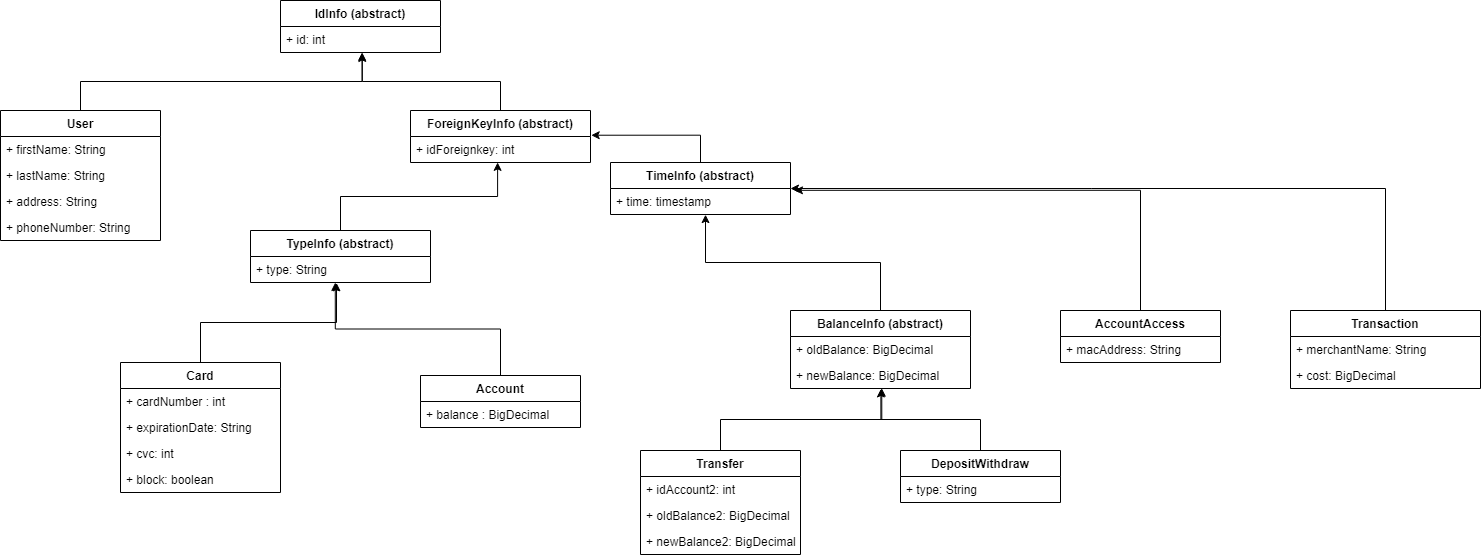
Above: src/main/resources/datamodel_hierarchy.png in ftranlaba/atm-group-project (draw.io), before the change. Source tidied: cells renumbered, new cells last; positions are measured from the earlier drawing's top-left corner, leaving out a move shared by most shapes.
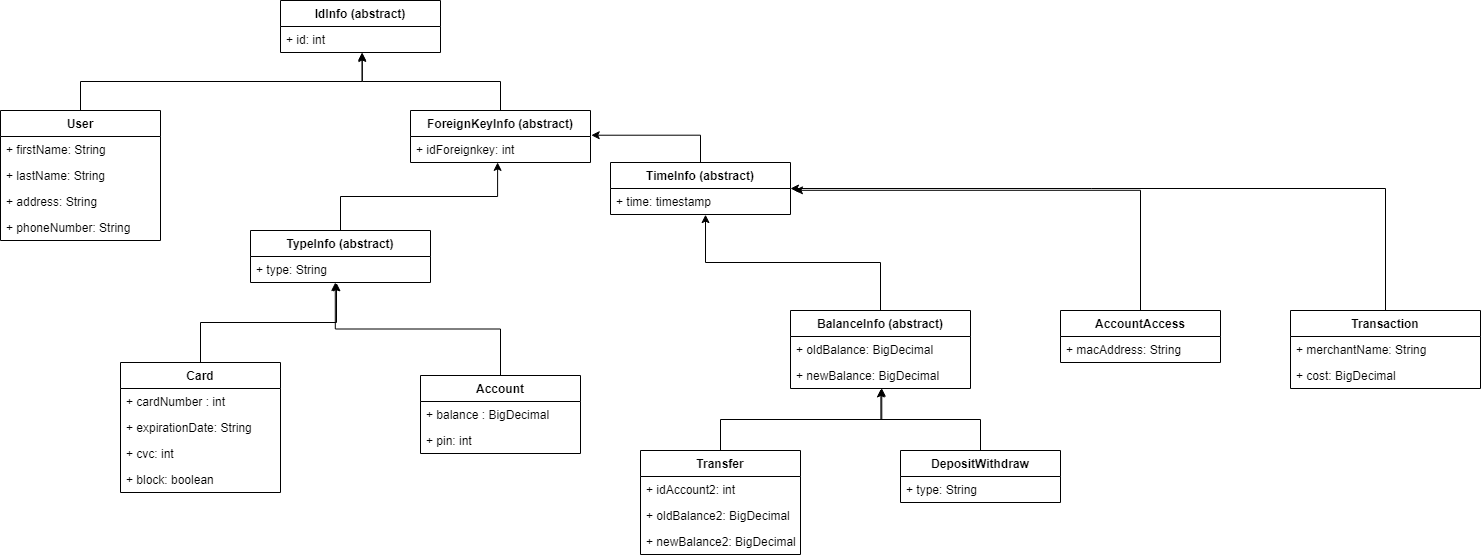
Above is the later version.

Diff of the diagram source:
```diff
@@ -30,11 +30,14 @@
       <mxGeometry relative="1" as="geometry" />
     </mxCell>
     <mxCell id="11" value="Account" style="swimlane;fontStyle=1;align=center;verticalAlign=top;horizontal=1;startSize=26;" parent="1" vertex="1">
-      <mxGeometry x="420" y="375" width="160" height="52" as="geometry" />
+      <mxGeometry x="420" y="375" width="160" height="78" as="geometry" />
     </mxCell>
     <mxCell id="12" value="+ balance : BigDecimal" style="text;strokeColor=none;fillColor=none;align=left;verticalAlign=top;spacingLeft=4;spacingRight=4;overflow=hidden;" parent="11" vertex="1">
       <mxGeometry y="26" width="160" height="26" as="geometry" />
     </mxCell>
+    <mxCell id="47" value="+ pin: int" style="text;strokeColor=none;fillColor=none;align=left;verticalAlign=top;spacingLeft=4;spacingRight=4;overflow=hidden;" parent="11" vertex="1">
+      <mxGeometry y="52" width="160" height="26" as="geometry" />
+    </mxCell>
     <mxCell id="13" style="edgeStyle=orthogonalEdgeStyle;rounded=0;jettySize=auto;html=1;exitX=0.5;exitY=0;exitDx=0;exitDy=0;entryX=0.507;entryY=0.987;entryDx=0;entryDy=0;entryPerimeter=0;" parent="1" edge="1" source="14" target="24">
       <mxGeometry relative="1" as="geometry" />
     </mxCell>
```
